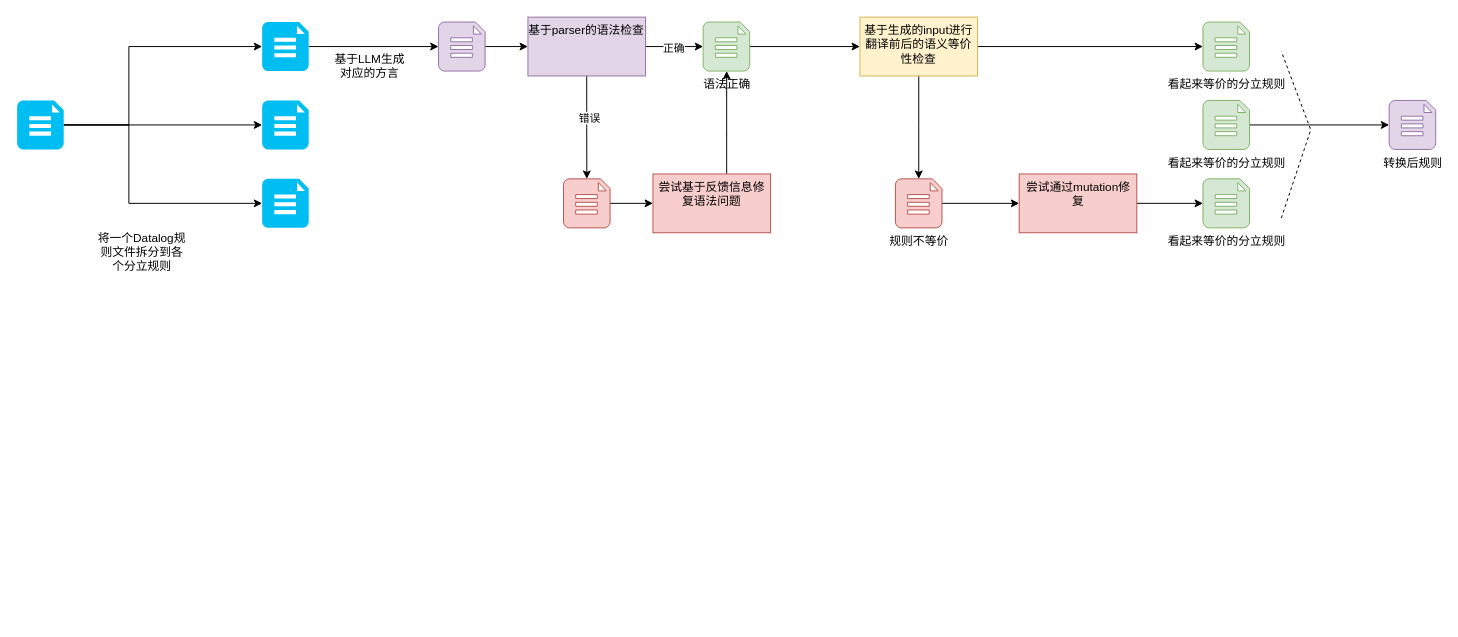
The draw.io diagram datalogTransByLLM/流程图.drawio in Price1999a/drawio, before the edit. Source tidied: cells renumbered, new cells numbered last; positions are measured from the earlier drawing's top-left corner, leaving out a move shared by most shapes. Both pictures are drawn from the tidied source at 98%, with x=0, y=0 at pixel (17, 17).
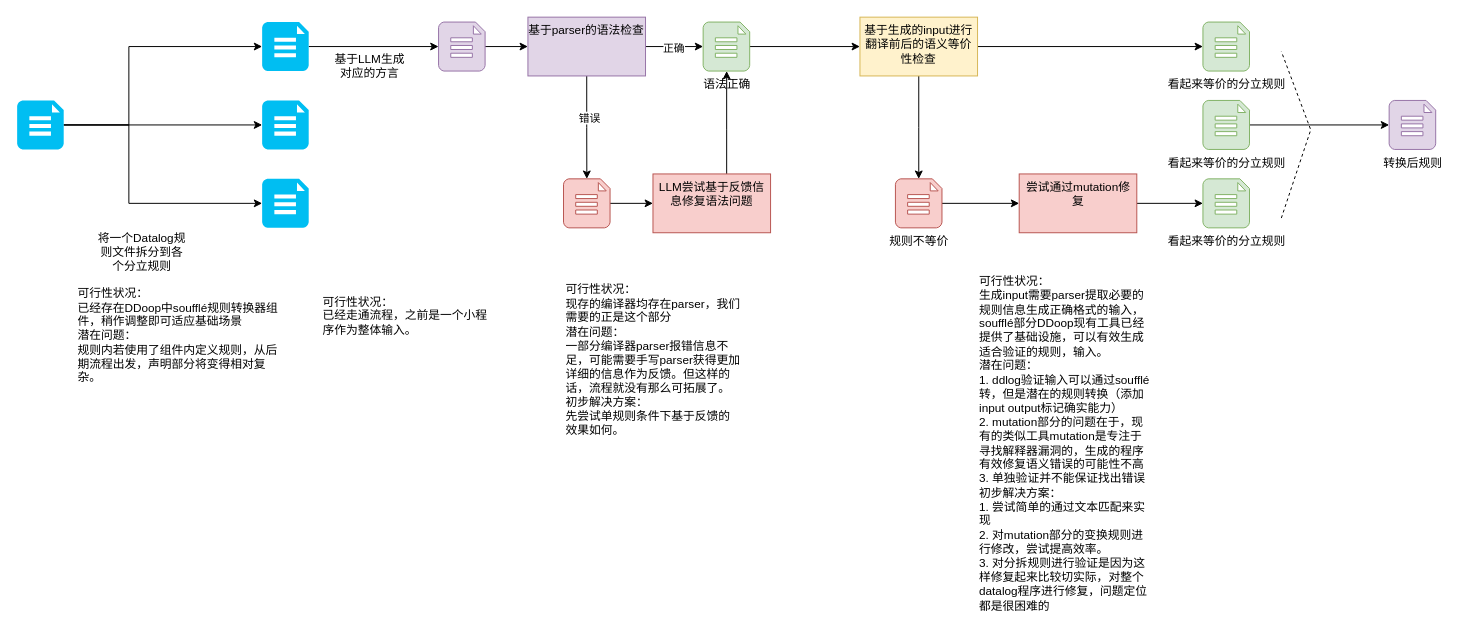
The same page after the edit.

Commit message (it also covers changes not shown here):
更新流程图.drawio

The edit, as a diff of the source:
```diff
@@
-    <mxCell id="24" value="尝试基于反馈信息修复语法问题" style="whiteSpace=wrap;html=1;verticalAlign=top;fillColor=#f8cecc;strokeColor=#b85450;" parent="1" vertex="1">
+    <mxCell id="24" value="LLM尝试基于反馈信息修复语法问题" style="whiteSpace=wrap;html=1;verticalAlign=top;fillColor=#f8cecc;strokeColor=#b85450;" parent="1" vertex="1">
       <mxGeometry x="648.8" y="160" width="120" height="60" as="geometry" />
     </mxCell>
@@
+    <mxCell id="38" value="可行性状况：&lt;br&gt;已经存在DDoop中soufflé规则转换器组件，稍作调整即可适应基础场景&lt;br&gt;潜在问题：&lt;br&gt;规则内若使用了组件内定义规则，从后期流程出发，声明部分将变得相对复杂。" style="text;html=1;strokeColor=none;fillColor=none;align=left;verticalAlign=middle;whiteSpace=wrap;rounded=0;" parent="1" vertex="1">
+      <mxGeometry x="60" y="275" width="207.5" height="100" as="geometry" />
+    </mxCell>
+    <mxCell id="39" value="可行性状况：&lt;br&gt;已经走通流程，之前是一个小程序作为整体输入。" style="text;html=1;strokeColor=none;fillColor=none;align=left;verticalAlign=middle;whiteSpace=wrap;rounded=0;" parent="1" vertex="1">
+      <mxGeometry x="310" y="275" width="180" height="60" as="geometry" />
+    </mxCell>
+    <mxCell id="40" value="可行性状况：&lt;br&gt;现存的编译器均存在parser，我们需要的正是这个部分&lt;br&gt;潜在问题：&lt;br&gt;一部分编译器parser报错信息不足，可能需要手写parser获得更加详细的信息作为反馈。但这样的话，流程就没有那么可拓展了。&lt;br&gt;初步解决方案：&lt;br&gt;先尝试单规则条件下基于反馈的效果如何。" style="text;html=1;strokeColor=none;fillColor=none;align=left;verticalAlign=middle;whiteSpace=wrap;rounded=0;" parent="1" vertex="1">
+      <mxGeometry x="557.5" y="275" width="180" height="150" as="geometry" />
+    </mxCell>
+    <mxCell id="41" value="可行性状况：&lt;br&gt;生成input需要parser提取必要的规则信息生成正确格式的输入，soufflé部分DDoop现有工具已经提供了基础设施，可以有效生成适合验证的规则，输入。&lt;br&gt;潜在问题：&lt;br&gt;1. ddlog验证输入可以通过soufflé转，但是潜在的规则转换（添加input output标记确实能力）&lt;br&gt;2. mutation部分的问题在于，现有的类似工具mutation是专注于寻找解释器漏洞的，生成的程序有效修复语义错误的可能性不高&lt;br&gt;3. 单独验证并不能保证找出错误&lt;br&gt;初步解决方案：&lt;br&gt;1. 尝试简单的通过文本匹配来实现&lt;br&gt;2. 对mutation部分的变换规则进行修改，尝试提高效率。&lt;br&gt;3. 对分拆规则进行验证是因为这样修复起来比较切实际，对整个datalog程序进行修复，问题定位都是很困难的" style="text;html=1;strokeColor=none;fillColor=none;align=left;verticalAlign=middle;whiteSpace=wrap;rounded=0;" parent="1" vertex="1">
+      <mxGeometry x="980" y="255" width="180" height="360" as="geometry" />
+    </mxCell>
```
